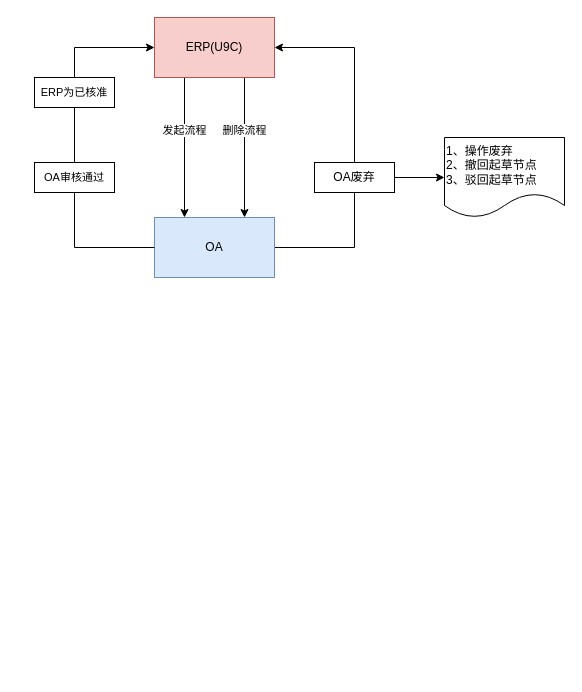
Earlier version of the draw.io diagram 标准采购单.drawio (pbm0802/GitIDEATest). Source tidied: cells renumbered, new cells numbered last; positions are measured from the earlier drawing's top-left corner, leaving out a move shared by most shapes. Both pictures are drawn from the tidied source at 100%, with x=0, y=0 at pixel (34, 17).
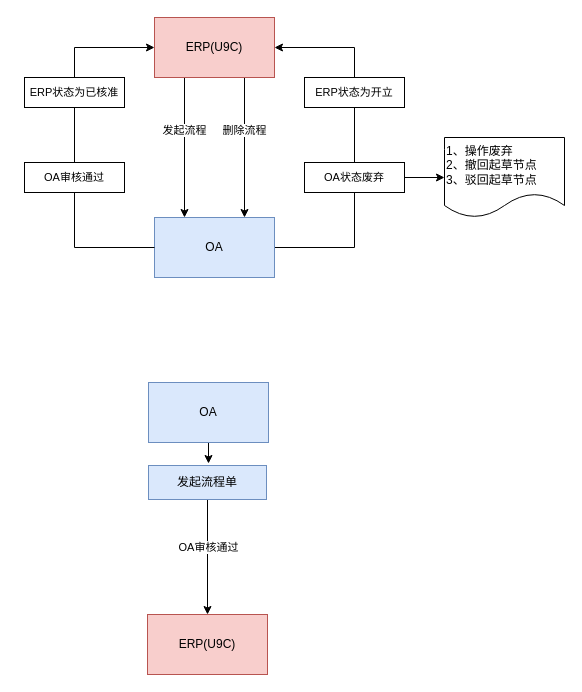
After the change.

Commit message:
更新标准采购单.drawio

Diff of the diagram source:
```diff
@@
-    <mxCell id="10" style="edgeStyle=orthogonalEdgeStyle;rounded=0;jettySize=auto;html=1;exitX=1;exitY=0.5;exitDx=0;exitDy=0;entryX=0;entryY=0.5;entryDx=0;entryDy=0;" parent="1" edge="1" source="11" target="15">
-      <mxGeometry relative="1" as="geometry" />
-    </mxCell>
-    <mxCell id="11" value="OA废弃" style="rounded=0;whiteSpace=wrap;html=1;" parent="1" vertex="1">
-      <mxGeometry x="280" y="145" width="80" height="30" as="geometry" />
-    </mxCell>
@@
-    <mxCell id="13" value="&lt;span style=&quot;font-size: 11px; text-wrap: nowrap; background-color: rgb(255, 255, 255);&quot;&gt;ERP为已核准&lt;/span&gt;" style="rounded=0;whiteSpace=wrap;html=1;" parent="1" vertex="1">
-      <mxGeometry y="60" width="80" height="30" as="geometry" />
+    <mxCell id="13" value="&lt;span style=&quot;font-size: 11px; text-wrap: nowrap; background-color: rgb(255, 255, 255);&quot;&gt;ERP状态为已核准&lt;/span&gt;" style="rounded=0;whiteSpace=wrap;html=1;" parent="1" vertex="1">
+      <mxGeometry x="-10" y="60" width="100" height="30" as="geometry" />
     </mxCell>
+    <mxCell id="15" value="1、操作废弃&lt;div&gt;2、撤回起草节点&lt;/div&gt;&lt;div&gt;3、驳回起草节点&lt;/div&gt;" style="shape=document;whiteSpace=wrap;html=1;boundedLbl=1;align=left;" parent="1" vertex="1">
+      <mxGeometry x="410" y="120" width="120" height="80" as="geometry" />
+    </mxCell>
     <mxCell id="14" value="&lt;span style=&quot;font-size: 11px; text-wrap: nowrap; background-color: rgb(255, 255, 255);&quot;&gt;OA审核通过&lt;/span&gt;" style="rounded=0;whiteSpace=wrap;html=1;" parent="1" vertex="1">
-      <mxGeometry y="145" width="80" height="30" as="geometry" />
+      <mxGeometry x="-10" y="145" width="100" height="30" as="geometry" />
     </mxCell>
-    <mxCell id="15" value="1、操作废弃&lt;div&gt;2、撤回起草节点&lt;/div&gt;&lt;div&gt;3、驳回起草节点&lt;/div&gt;" style="shape=document;whiteSpace=wrap;html=1;boundedLbl=1;align=left;" parent="1" vertex="1">
-      <mxGeometry x="410" y="120" width="120" height="80" as="geometry" />
-    </mxCell>
+    <mxCell id="16" value="&lt;span style=&quot;font-size: 11px; text-wrap: nowrap; background-color: rgb(255, 255, 255);&quot;&gt;ERP状态为开立&lt;/span&gt;" style="rounded=0;whiteSpace=wrap;html=1;" parent="1" vertex="1">
+      <mxGeometry x="270" y="60" width="100" height="30" as="geometry" />
+    </mxCell>
+    <mxCell id="17" style="edgeStyle=orthogonalEdgeStyle;rounded=0;jettySize=auto;html=1;exitX=1;exitY=0.5;exitDx=0;exitDy=0;entryX=0;entryY=0.5;entryDx=0;entryDy=0;" parent="1" edge="1" source="18" target="15">
+      <mxGeometry relative="1" as="geometry" />
+    </mxCell>
+    <mxCell id="18" value="&lt;span style=&quot;font-size: 11px; text-wrap: nowrap; background-color: rgb(255, 255, 255);&quot;&gt;OA状态废弃&lt;/span&gt;" style="rounded=0;whiteSpace=wrap;html=1;" parent="1" vertex="1">
+      <mxGeometry x="270" y="145" width="100" height="30" as="geometry" />
+    </mxCell>
+    <mxCell id="19" style="edgeStyle=orthogonalEdgeStyle;rounded=0;jettySize=auto;html=1;exitX=0.5;exitY=1;exitDx=0;exitDy=0;" parent="1" edge="1" source="20">
+      <mxGeometry relative="1" as="geometry">
+        <mxPoint x="174" y="446" as="targetPoint" />
+      </mxGeometry>
+    </mxCell>
+    <mxCell id="20" value="OA" style="rounded=0;whiteSpace=wrap;html=1;fillColor=#dae8fc;strokeColor=#6c8ebf;" parent="1" vertex="1">
+      <mxGeometry x="114" y="365" width="120" height="60" as="geometry" />
+    </mxCell>
+    <mxCell id="21" value="ERP(U9C)" style="rounded=0;whiteSpace=wrap;html=1;fillColor=#f8cecc;strokeColor=#b85450;" parent="1" vertex="1">
+      <mxGeometry x="113" y="597" width="120" height="60" as="geometry" />
+    </mxCell>
+    <mxCell id="22" style="edgeStyle=orthogonalEdgeStyle;rounded=0;jettySize=auto;html=1;exitX=0.5;exitY=1;exitDx=0;exitDy=0;entryX=0.5;entryY=0;entryDx=0;entryDy=0;" parent="1" edge="1" source="24" target="21">
+      <mxGeometry relative="1" as="geometry" />
+    </mxCell>
+    <mxCell id="23" value="OA审核通过" style="edgeLabel;html=1;align=center;verticalAlign=middle;" parent="22" vertex="1">
+      <mxGeometry x="-0.18" relative="1" as="geometry" />
+    </mxCell>
+    <mxCell id="24" value="发起流程单" style="rounded=0;whiteSpace=wrap;html=1;fillColor=#dae8fc;strokeColor=#6c8ebf;" parent="1" vertex="1">
+      <mxGeometry x="114" y="448" width="118" height="34" as="geometry" />
+    </mxCell>
```
